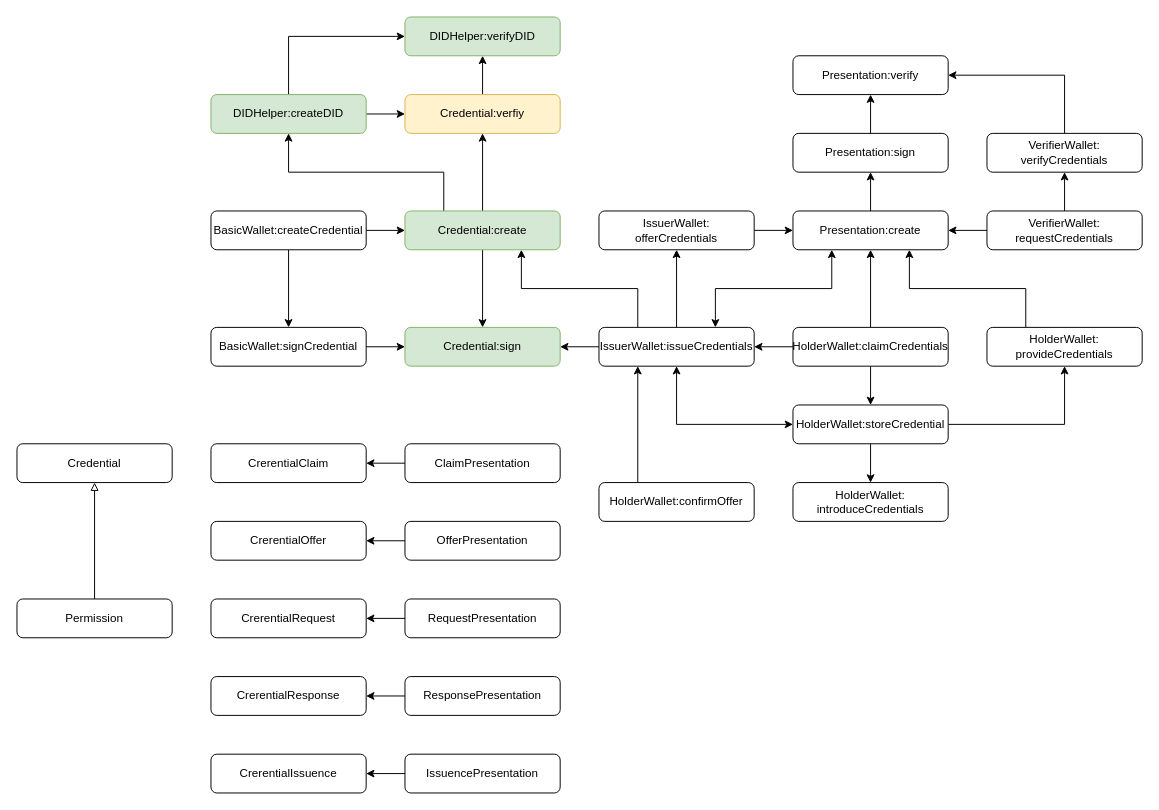
Before: page "Wallet Model" (5 of 6) of docs/MetaID Wallet.drawio in owlmeans/regov-ssi-mono, a draw.io diagram. Source tidied: cells renumbered, new cells numbered last; positions are measured from the earlier drawing's top-left corner, leaving out a move shared by most shapes. Both pictures are drawn from the tidied source at 97%, with x=0, y=0 at pixel (16, 16).
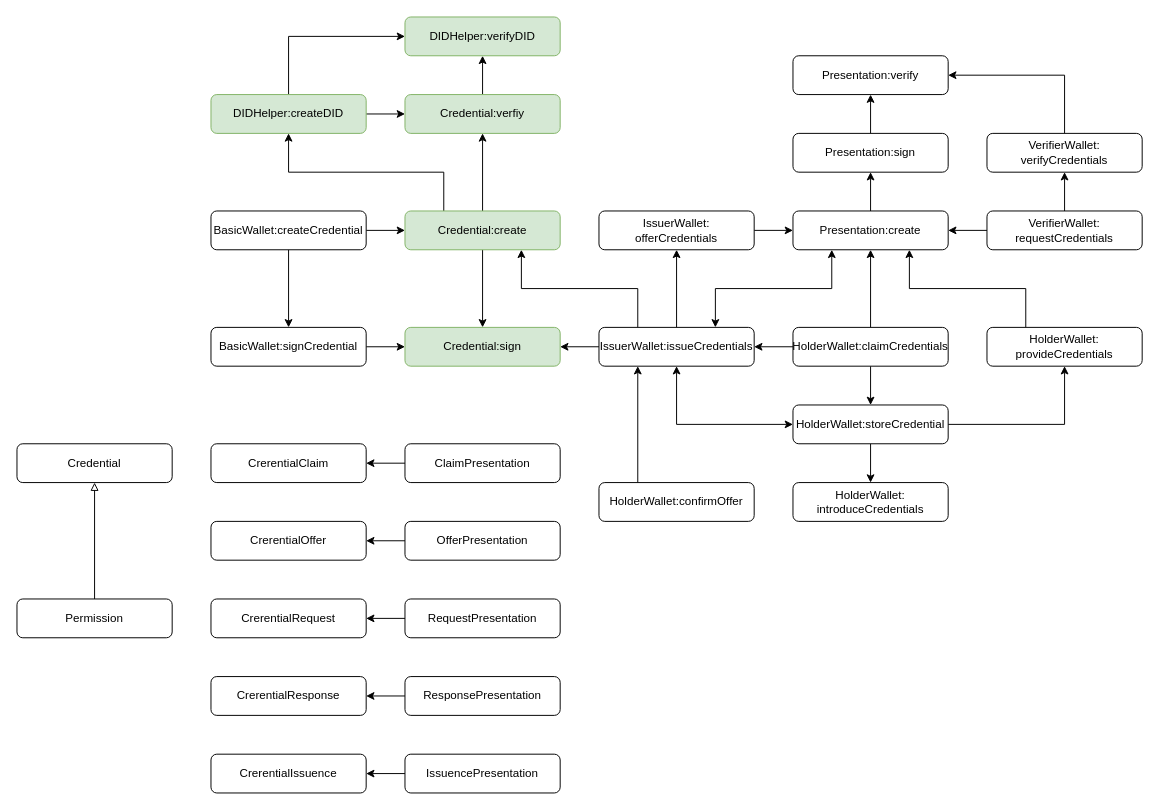
The same page after the edit.

Diff of the diagram source:
```diff
@@
-    <mxCell id="17" value="Credential:verfiy" style="rounded=1;whiteSpace=wrap;html=1;fillColor=#fff2cc;strokeColor=#d6b656;" parent="1" vertex="1">
+    <mxCell id="17" value="Credential:verfiy" style="rounded=1;whiteSpace=wrap;html=1;fillColor=#d5e8d4;strokeColor=#82b366;" parent="1" vertex="1">
       <mxGeometry x="400" y="80" width="160" height="40" as="geometry" />
     </mxCell>
```
